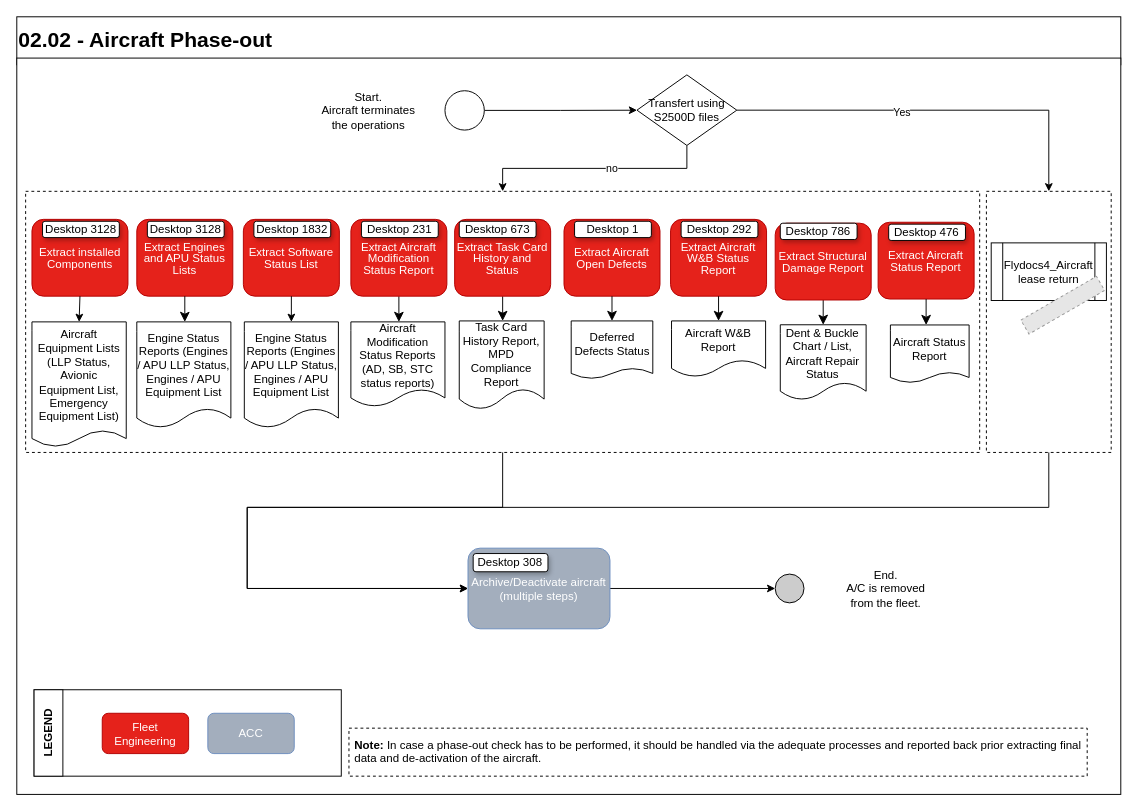
Before: client/public/Flowchart/02.02_Aircraft Phase-out.drawio in Wingleet/ACI-Migration-beta, a draw.io diagram. Source tidied: cells renumbered, new cells numbered last; positions are measured from the earlier drawing's top-left corner, leaving out a move shared by most shapes. Both pictures are drawn from the tidied source at 96%, with x=0, y=0 at pixel (16, 16). Pictures stored in the file or linked from it are replaced by grey dashed boxes.
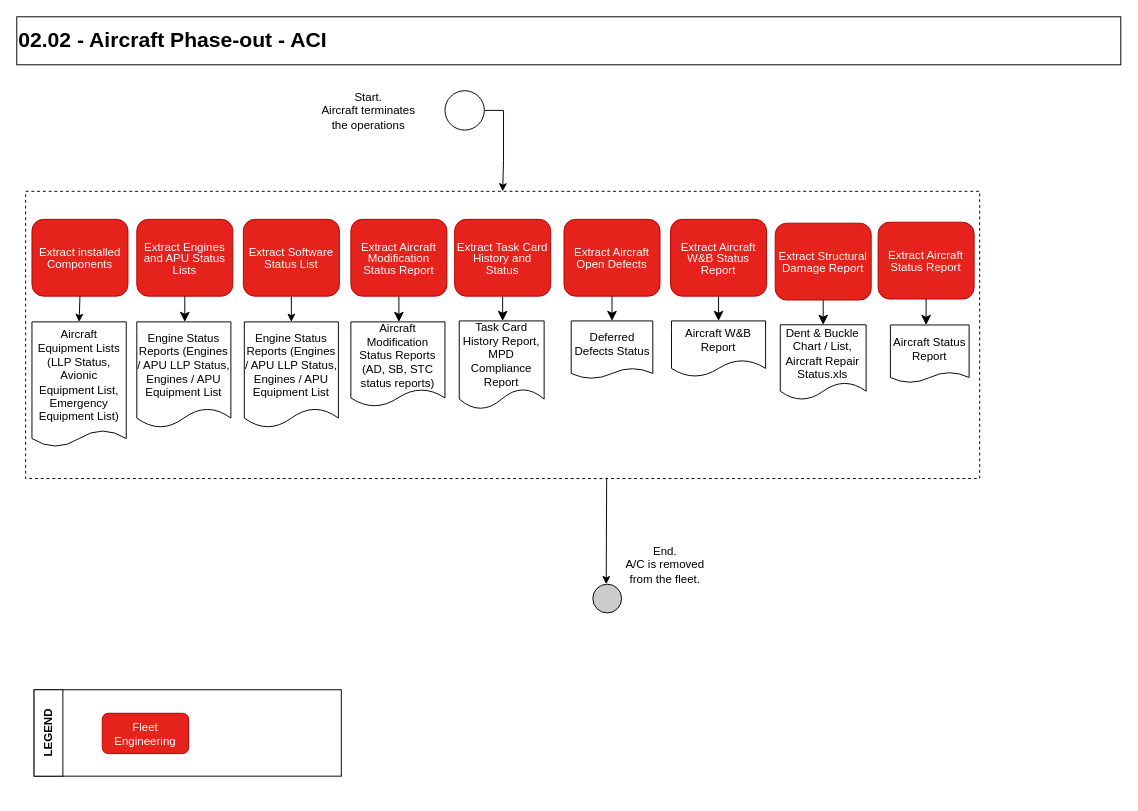
Above is the later version.

Commit message (it also covers changes not shown here):
Add Draw.io editor integration, UI improvements and DT Orga enhancements

Unchanged cells that the change refers to:
```xml
<mxCell id="14" style="group;imageAspect=0;" parent="10" vertex="1">
  <mxGeometry x="15.8" y="208" width="124" height="83" as="geometry" />
</mxCell>
<mxCell id="19" style="group;imageAspect=0;" parent="10" vertex="1">
  <mxGeometry x="125" y="208" width="108" height="83" as="geometry" />
</mxCell>
<mxCell id="25" style="group;imageAspect=0;" parent="10" vertex="1">
  <mxGeometry x="703" y="208" width="60" height="86.5" as="geometry" />
</mxCell>
<mxCell id="41" style="group;imageAspect=0;" parent="10" vertex="1">
  <mxGeometry x="897.2" y="211" width="104.8" height="80" as="geometry" />
</mxCell>
<mxCell id="45" style="group;imageAspect=0;" parent="10" vertex="1">
  <mxGeometry x="570" y="208" width="124" height="83" as="geometry" />
</mxCell>
<mxCell id="50" style="group;imageAspect=0;" parent="10" vertex="1">
  <mxGeometry x="236" y="208" width="108" height="83" as="geometry" />
</mxCell>
<mxCell id="62" style="ellipse;whiteSpace=wrap;html=1;" parent="10" vertex="1">
  <mxGeometry x="446" y="77" width="41" height="41" as="geometry" />
</mxCell>
<mxCell id="69" style="group;" parent="10" vertex="1">
  <mxGeometry x="790" y="215" width="100" height="80" as="geometry" />
</mxCell>
<mxCell id="72" style="group;" parent="10" vertex="1">
  <mxGeometry x="456.1" y="211" width="100" height="80" as="geometry" />
</mxCell>
```

What changed in the source:
```diff
@@
-    <mxCell id="2" value="&lt;span style=&quot;font-size: 22px;&quot;&gt;02.02 - Aircraft Phase-out&lt;/span&gt;" style="rounded=0;whiteSpace=wrap;html=1;align=left;fontStyle=1;" parent="1" vertex="1">
+    <mxCell id="2" value="&lt;span style=&quot;font-size: 22px;&quot;&gt;02.02 - Aircraft Phase-out - ACI&lt;/span&gt;" style="rounded=0;whiteSpace=wrap;html=1;align=left;fontStyle=1;" parent="1" vertex="1">
       <mxGeometry width="1150" height="50" as="geometry" />
     </mxCell>
-    <mxCell id="3" style="rounded=0;whiteSpace=wrap;html=1;" parent="1" vertex="1">
-      <mxGeometry y="43" width="1150" height="767" as="geometry" />
-    </mxCell>
@@
-    <mxCell id="8" value="ACC" style="rounded=1;whiteSpace=wrap;html=1;fillColor=#a3aebd;strokeColor=#6c8ebf;fontColor=#ffffff;" parent="4" vertex="1">
-      <mxGeometry x="199" y="725.5" width="90" height="42" as="geometry" />
-    </mxCell>
-    <mxCell id="9" value="&lt;b&gt;Note:&lt;/b&gt;&amp;nbsp;In case a phase-out check has to be performed, it should be handled via the adequate processes and reported back prior extracting final data and de-activation of the aircraft." style="rounded=0;whiteSpace=wrap;html=1;align=left;verticalAlign=top;dashed=1;spacingLeft=3;spacingRight=3;spacingBottom=3;spacingTop=3;spacing=3;" parent="4" vertex="1">
-      <mxGeometry x="346" y="741" width="769" height="50" as="geometry" />
-    </mxCell>
@@
     <mxCell id="11" style="rounded=0;whiteSpace=wrap;html=1;fillColor=none;dashed=1;" parent="10" vertex="1">
-      <mxGeometry x="9.2" y="181.8" width="993.8" height="272" as="geometry" />
+      <mxGeometry x="9.2" y="181.8" width="993.8" height="299.2" as="geometry" />
     </mxCell>
     <mxCell id="12" value="End.&lt;br&gt;A/C is removed&lt;br&gt;from the fleet." style="text;html=1;align=center;verticalAlign=middle;strokeColor=none;fillColor=none;" parent="10" vertex="1">
-      <mxGeometry x="850" y="565.5" width="110" height="60" as="geometry" />
+      <mxGeometry x="620" y="541" width="110" height="60" as="geometry" />
     </mxCell>
@@
-    <mxCell id="16" value="Desktop 3128" style="text;html=1;strokeColor=default;fillColor=default;align=center;verticalAlign=middle;whiteSpace=wrap;rounded=1;shadow=1;" parent="14" vertex="1">
-      <mxGeometry x="11" y="5" width="80" height="17" as="geometry" />
-    </mxCell>
-    <mxCell id="17" style="endArrow=classic;html=1;rounded=0;" parent="10" edge="1" source="36" target="18">
-      <mxGeometry relative="1" as="geometry" />
+    <mxCell id="17" style="endArrow=classic;html=1;rounded=0;exitX=0.609;exitY=0.997;exitDx=0;exitDy=0;exitPerimeter=0;" parent="10" edge="1" source="11">
+      <mxGeometry relative="1" as="geometry">
+        <mxPoint x="614" y="591" as="targetPoint" />
+      </mxGeometry>
     </mxCell>
     <mxCell id="18" style="ellipse;whiteSpace=wrap;html=1;fillColor=#CCCCCC;" parent="10" vertex="1">
-      <mxGeometry x="790" y="580.5" width="30" height="30" as="geometry" />
+      <mxGeometry x="600" y="591" width="30" height="30" as="geometry" />
     </mxCell>
@@
-    <mxCell id="21" value="Desktop 3128" style="text;html=1;strokeColor=default;fillColor=default;align=center;verticalAlign=middle;whiteSpace=wrap;rounded=1;shadow=1;" parent="19" vertex="1">
-      <mxGeometry x="11" y="5" width="80" height="17" as="geometry" />
-    </mxCell>
@@
-    <mxCell id="27" value="Desktop 292" style="text;html=1;strokeColor=default;fillColor=default;align=center;verticalAlign=middle;whiteSpace=wrap;rounded=1;shadow=1;" parent="25" vertex="1">
-      <mxGeometry x="-11" y="5" width="80" height="17" as="geometry" />
-    </mxCell>
@@
-    <mxCell id="33" style="edgeStyle=orthogonalEdgeStyle;rounded=0;jettySize=auto;html=1;exitX=0.5;exitY=1;exitDx=0;exitDy=0;entryX=0;entryY=0.5;entryDx=0;entryDy=0;" parent="10" edge="1" source="11" target="36">
-      <mxGeometry relative="1" as="geometry">
-        <Array as="points">
-          <mxPoint x="506" y="511" />
-          <mxPoint x="240" y="511" />
-          <mxPoint x="240" y="596" />
-        </Array>
-      </mxGeometry>
-    </mxCell>
@@
-    <mxCell id="35" style="group;" parent="10" vertex="1">
-      <mxGeometry x="470" y="553.5" width="146" height="84" as="geometry" />
-    </mxCell>
-    <mxCell id="36" value="Archive/Deactivate aircraft&lt;br&gt;(multiple steps)" style="rounded=1;whiteSpace=wrap;html=1;fillColor=#a3aebd;strokeColor=#6c8ebf;fontColor=#ffffff;" parent="35" vertex="1">
-      <mxGeometry width="147.9" height="84" as="geometry" />
-    </mxCell>
-    <mxCell id="37" value="Desktop 308" style="text;html=1;strokeColor=default;fillColor=default;align=center;verticalAlign=middle;whiteSpace=wrap;rounded=1;shadow=1;" parent="35" vertex="1">
-      <mxGeometry x="5.4" y="5.6" width="77.9" height="19" as="geometry" />
-    </mxCell>
@@
-    <mxCell id="39" value="Dent &amp;amp; Buckle Chart / List, Aircraft Repair Status" style="shape=document;whiteSpace=wrap;html=1;boundedLbl=1;size=0.2301790281329916;" parent="10" vertex="1">
+    <mxCell id="39" value="Dent &amp;amp; Buckle Chart / List, Aircraft Repair Status.xls" style="shape=document;whiteSpace=wrap;html=1;boundedLbl=1;size=0.2301790281329916;" parent="10" vertex="1">
       <mxGeometry x="795.3" y="320.8" width="89.4" height="78.2" as="geometry" />
     </mxCell>
@@
-    <mxCell id="43" value="Desktop 476" style="text;html=1;strokeColor=default;fillColor=default;align=center;verticalAlign=middle;whiteSpace=wrap;rounded=1;shadow=1;" parent="41" vertex="1">
-      <mxGeometry x="11" y="5" width="80" height="17" as="geometry" />
-    </mxCell>
@@
-    <mxCell id="47" value="Desktop 1" style="text;html=1;strokeColor=default;fillColor=default;align=center;verticalAlign=middle;whiteSpace=wrap;rounded=1;shadow=1;" parent="45" vertex="1">
-      <mxGeometry x="11" y="5" width="80" height="17" as="geometry" />
-    </mxCell>
@@
-    <mxCell id="52" value="Desktop 1832" style="text;html=1;strokeColor=default;fillColor=default;align=center;verticalAlign=middle;whiteSpace=wrap;rounded=1;shadow=1;" parent="50" vertex="1">
-      <mxGeometry x="11" y="5" width="80" height="17" as="geometry" />
-    </mxCell>
@@
-    <mxCell id="56" style="edgeStyle=orthogonalEdgeStyle;rounded=0;jettySize=auto;html=1;exitX=0.5;exitY=1;exitDx=0;exitDy=0;entryX=0.5;entryY=0;entryDx=0;entryDy=0;" parent="10" edge="1" source="60" target="11">
-      <mxGeometry relative="1" as="geometry" />
-    </mxCell>
-    <mxCell id="57" value="no" style="edgeLabel;html=1;align=center;verticalAlign=middle;" parent="56" vertex="1">
-      <mxGeometry x="-0.15" relative="1" as="geometry" />
-    </mxCell>
-    <mxCell id="58" style="edgeStyle=orthogonalEdgeStyle;rounded=0;jettySize=auto;html=1;exitX=1;exitY=0.5;exitDx=0;exitDy=0;entryX=0.5;entryY=0;entryDx=0;entryDy=0;" parent="10" edge="1" source="60" target="66">
-      <mxGeometry relative="1" as="geometry" />
-    </mxCell>
-    <mxCell id="59" value="Yes" style="edgeLabel;html=1;align=center;verticalAlign=middle;" parent="58" vertex="1">
-      <mxGeometry x="-0.16" y="-1" relative="1" as="geometry">
-        <mxPoint y="1" as="offset" />
-      </mxGeometry>
-    </mxCell>
-    <mxCell id="60" value="Transfert using S2500D files" style="rhombus;whiteSpace=wrap;html=1;" parent="10" vertex="1">
-      <mxGeometry x="646" y="60.5" width="104" height="73.5" as="geometry" />
-    </mxCell>
-    <mxCell id="61" style="edgeStyle=orthogonalEdgeStyle;rounded=0;jettySize=auto;html=1;exitX=1;exitY=0.5;exitDx=0;exitDy=0;" parent="10" edge="1" source="62" target="60">
+    <mxCell id="61" style="edgeStyle=orthogonalEdgeStyle;rounded=0;jettySize=auto;html=1;exitX=1;exitY=0.5;exitDx=0;exitDy=0;" parent="10" edge="1" source="62" target="11">
       <mxGeometry relative="1" as="geometry" />
     </mxCell>
@@
-    <mxCell id="64" value="Desktop 231" style="text;html=1;strokeColor=default;fillColor=default;align=center;verticalAlign=middle;whiteSpace=wrap;rounded=1;shadow=1;" parent="10" vertex="1">
-      <mxGeometry x="359" y="213" width="80" height="17" as="geometry" />
-    </mxCell>
-    <mxCell id="65" style="edgeStyle=orthogonalEdgeStyle;rounded=0;jettySize=auto;html=1;exitX=0.5;exitY=1;exitDx=0;exitDy=0;entryX=0;entryY=0.5;entryDx=0;entryDy=0;" parent="10" edge="1" source="66" target="36">
-      <mxGeometry relative="1" as="geometry">
-        <Array as="points">
-          <mxPoint x="1075" y="511" />
-          <mxPoint x="240" y="511" />
-          <mxPoint x="240" y="596" />
-        </Array>
-      </mxGeometry>
-    </mxCell>
-    <mxCell id="66" style="rounded=0;whiteSpace=wrap;html=1;fillColor=none;dashed=1;" parent="10" vertex="1">
-      <mxGeometry x="1010" y="181.8" width="130" height="272" as="geometry" />
-    </mxCell>
-    <mxCell id="67" value="Flydocs4_Aircraft lease return" style="shape=process;whiteSpace=wrap;html=1;backgroundOutline=1;" parent="10" vertex="1">
-      <mxGeometry x="1015" y="235.5" width="120" height="60" as="geometry" />
-    </mxCell>
-    <mxCell id="68" style="fillColor=#E6E6E6;strokeColor=#999999;dashed=1;verticalLabelPosition=bottom;labelBackgroundColor=default;verticalAlign=top;rotation=-30;" parent="10" vertex="1">
-      <mxGeometry x="1044" y="292" width="91" height="16.9" as="geometry" />
-    </mxCell>
@@
-    <mxCell id="71" value="Desktop 786" style="text;html=1;strokeColor=default;fillColor=default;align=center;verticalAlign=middle;whiteSpace=wrap;rounded=1;shadow=1;" parent="69" vertex="1">
-      <mxGeometry x="5.3" width="80" height="17" as="geometry" />
-    </mxCell>
@@
-    <mxCell id="74" value="Desktop 673" style="text;html=1;strokeColor=default;fillColor=default;align=center;verticalAlign=middle;whiteSpace=wrap;rounded=1;shadow=1;" parent="72" vertex="1">
-      <mxGeometry x="4.8" y="2" width="80" height="17" as="geometry" />
-    </mxCell>
```
